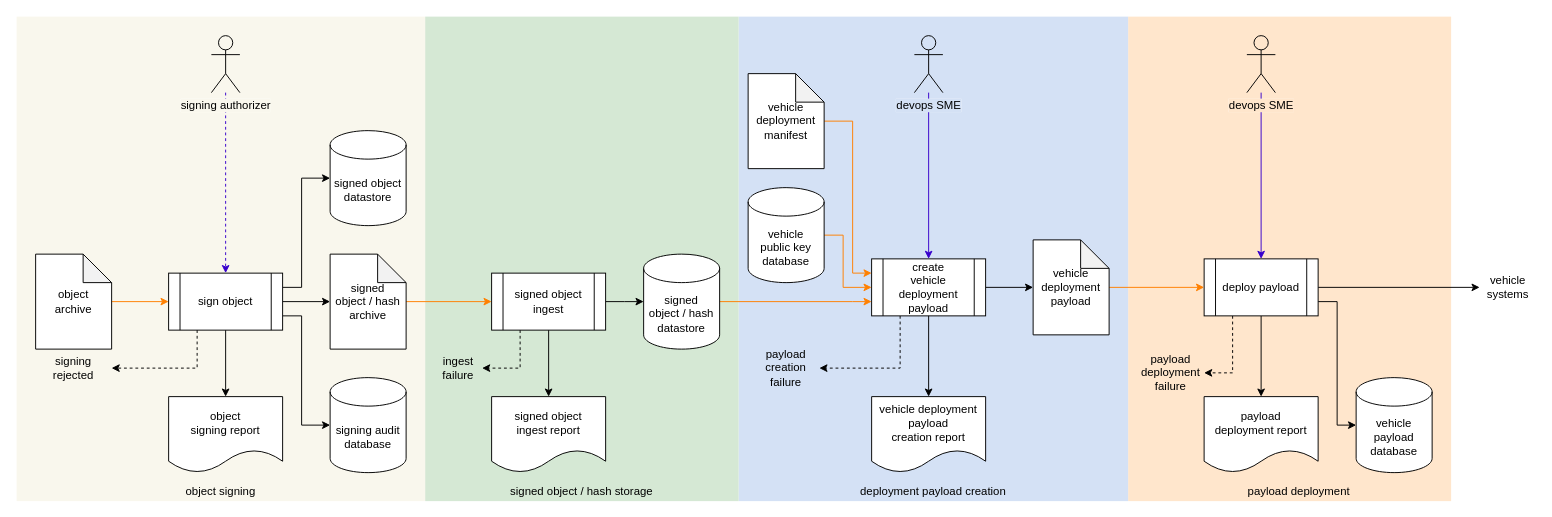
Before: source/reference_documents/secondary_documents/foundation phase/Release Integrity Plan/images/source/release integrity workflow.drawio in nutonomy/AVCDL, a draw.io diagram. Source tidied: cells renumbered, new cells numbered last; positions are measured from the earlier drawing's top-left corner, leaving out a move shared by most shapes. Both pictures are drawn from the tidied source at 95%, with x=0, y=0 at pixel (16, 16).
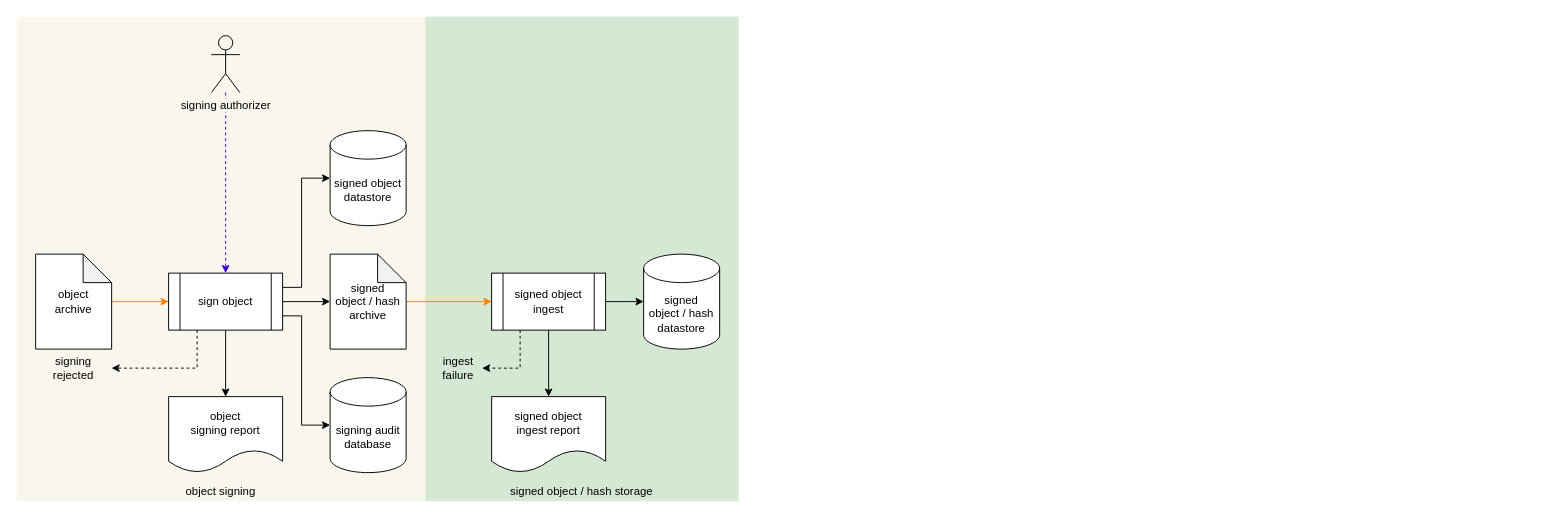
Above is the later version.

Commit message (it also covers changes not shown here):
updated Release Integrity Plan to remove elements that should be in the Deployment Plan

Unchanged cells that the change refers to:
```xml
<mxCell id="44" value="signed&lt;br&gt;object / hash datastore" style="shape=cylinder3;whiteSpace=wrap;html=1;boundedLbl=1;backgroundOutline=1;size=15;" parent="1" vertex="1">
  <mxGeometry x="660" y="250" width="80" height="100" as="geometry" />
</mxCell>
```

What changed in the source:
```diff
@@
-    <mxCell id="2" style="rounded=0;whiteSpace=wrap;html=1;fillColor=#ffe6cc;strokeColor=none;" parent="1" vertex="1">
-      <mxGeometry x="1170" width="340" height="510" as="geometry" />
-    </mxCell>
-    <mxCell id="3" style="rounded=0;whiteSpace=wrap;html=1;strokeColor=none;fillColor=#D4E1F5;" parent="1" vertex="1">
-      <mxGeometry x="760" width="410" height="510" as="geometry" />
-    </mxCell>
-    <mxCell id="4" value="vehicle payload database" style="shape=cylinder3;whiteSpace=wrap;html=1;boundedLbl=1;backgroundOutline=1;size=15;" parent="1" vertex="1">
-      <mxGeometry x="1410" y="380" width="80" height="100" as="geometry" />
-    </mxCell>
@@
-    <mxCell id="8" style="edgeStyle=orthogonalEdgeStyle;rounded=0;jettySize=auto;html=1;entryX=0;entryY=0.5;entryDx=0;entryDy=0;entryPerimeter=0;" parent="1" edge="1" source="10" target="17">
-      <mxGeometry relative="1" as="geometry" />
-    </mxCell>
-    <mxCell id="9" style="edgeStyle=orthogonalEdgeStyle;rounded=0;jettySize=auto;html=1;exitX=0.25;exitY=1;exitDx=0;exitDy=0;dashed=1;entryX=1;entryY=0.5;entryDx=0;entryDy=0;" parent="1" edge="1" source="10" target="57">
-      <mxGeometry relative="1" as="geometry">
-        <Array as="points">
-          <mxPoint x="930" y="370" />
-        </Array>
-      </mxGeometry>
-    </mxCell>
-    <mxCell id="10" value="create&lt;br&gt;vehicle deployment payload" style="shape=process;whiteSpace=wrap;html=1;backgroundOutline=1;" parent="1" vertex="1">
-      <mxGeometry x="900" y="255" width="120" height="60" as="geometry" />
-    </mxCell>
@@
-    <mxCell id="16" style="edgeStyle=orthogonalEdgeStyle;rounded=0;jettySize=auto;html=1;entryX=0;entryY=0.5;entryDx=0;entryDy=0;fillColor=#fa6800;strokeColor=#FF8000;" parent="1" edge="1" source="17" target="23">
-      <mxGeometry relative="1" as="geometry" />
-    </mxCell>
-    <mxCell id="17" value="vehicle deployment payload" style="shape=note;whiteSpace=wrap;html=1;backgroundOutline=1;darkOpacity=0.05;" parent="1" vertex="1">
-      <mxGeometry x="1070" y="235" width="80" height="100" as="geometry" />
-    </mxCell>
-    <mxCell id="18" style="edgeStyle=orthogonalEdgeStyle;rounded=0;jettySize=auto;html=1;entryX=0;entryY=0.5;entryDx=0;entryDy=0;" parent="1" edge="1" source="23" target="55">
-      <mxGeometry relative="1" as="geometry" />
-    </mxCell>
@@
-    <mxCell id="20" style="edgeStyle=orthogonalEdgeStyle;rounded=0;jettySize=auto;html=1;entryX=0.5;entryY=0;entryDx=0;entryDy=0;" parent="1" edge="1" source="23" target="40">
-      <mxGeometry relative="1" as="geometry" />
-    </mxCell>
-    <mxCell id="21" style="edgeStyle=orthogonalEdgeStyle;rounded=0;jettySize=auto;html=1;exitX=1;exitY=0.75;exitDx=0;exitDy=0;entryX=0;entryY=0.5;entryDx=0;entryDy=0;entryPerimeter=0;" parent="1" edge="1" source="23" target="4">
-      <mxGeometry relative="1" as="geometry" />
-    </mxCell>
-    <mxCell id="22" style="edgeStyle=orthogonalEdgeStyle;rounded=0;jettySize=auto;html=1;exitX=0.25;exitY=1;exitDx=0;exitDy=0;entryX=1;entryY=0.5;entryDx=0;entryDy=0;dashed=1;" parent="1" edge="1" source="23" target="58">
-      <mxGeometry relative="1" as="geometry" />
-    </mxCell>
-    <mxCell id="23" value="deploy payload" style="shape=process;whiteSpace=wrap;html=1;backgroundOutline=1;" parent="1" vertex="1">
-      <mxGeometry x="1250" y="255" width="120" height="60" as="geometry" />
-    </mxCell>
@@
-    <mxCell id="30" value="deployment payload creation" style="text;html=1;strokeColor=none;fillColor=none;align=center;verticalAlign=middle;whiteSpace=wrap;rounded=0;" parent="1" vertex="1">
-      <mxGeometry x="760" y="490" width="410" height="20" as="geometry" />
-    </mxCell>
@@
-    <mxCell id="33" style="edgeStyle=orthogonalEdgeStyle;rounded=0;jettySize=auto;html=1;fillColor=#6a00ff;strokeColor=#3700CC;" parent="1" edge="1" source="34" target="23">
-      <mxGeometry relative="1" as="geometry" />
-    </mxCell>
-    <mxCell id="34" value="&lt;span style=&quot;background-color: rgb(255 , 230 , 204)&quot;&gt;devops SME&lt;/span&gt;" style="shape=umlActor;verticalLabelPosition=bottom;labelBackgroundColor=#ffffff;verticalAlign=top;html=1;outlineConnect=0;fillColor=none;" parent="1" vertex="1">
-      <mxGeometry x="1295" y="20" width="30" height="60" as="geometry" />
-    </mxCell>
@@
-    <mxCell id="36" style="edgeStyle=orthogonalEdgeStyle;rounded=0;jettySize=auto;html=1;fillColor=#6a00ff;strokeColor=#3700CC;" parent="1" edge="1" source="37" target="10">
-      <mxGeometry relative="1" as="geometry" />
-    </mxCell>
-    <mxCell id="37" value="&lt;span style=&quot;background-color: rgb(212 , 225 , 245)&quot;&gt;devops SME&lt;/span&gt;" style="shape=umlActor;verticalLabelPosition=bottom;labelBackgroundColor=#ffffff;verticalAlign=top;html=1;outlineConnect=0;fillColor=none;" parent="1" vertex="1">
-      <mxGeometry x="945" y="20" width="30" height="60" as="geometry" />
-    </mxCell>
-    <mxCell id="38" value="vehicle deployment payload&lt;br&gt;creation report" style="shape=document;whiteSpace=wrap;html=1;boundedLbl=1;" parent="1" vertex="1">
-      <mxGeometry x="900" y="400" width="120" height="80" as="geometry" />
-    </mxCell>
-    <mxCell id="39" style="edgeStyle=orthogonalEdgeStyle;rounded=0;jettySize=auto;html=1;entryX=0.5;entryY=0;entryDx=0;entryDy=0;exitX=0.5;exitY=1;exitDx=0;exitDy=0;" parent="1" edge="1" source="10" target="38">
-      <mxGeometry relative="1" as="geometry" />
-    </mxCell>
-    <mxCell id="40" value="payload&lt;br&gt;deployment report" style="shape=document;whiteSpace=wrap;html=1;boundedLbl=1;" parent="1" vertex="1">
-      <mxGeometry x="1250" y="400" width="120" height="80" as="geometry" />
-    </mxCell>
@@
-    <mxCell id="43" style="edgeStyle=orthogonalEdgeStyle;rounded=0;jettySize=auto;html=1;entryX=0;entryY=0.75;entryDx=0;entryDy=0;fillColor=#fa6800;strokeColor=#FF8000;" parent="1" edge="1" source="44" target="10">
-      <mxGeometry relative="1" as="geometry">
-        <Array as="points">
-          <mxPoint x="880" y="300" />
-          <mxPoint x="880" y="300" />
-        </Array>
-      </mxGeometry>
-    </mxCell>
@@
-    <mxCell id="50" style="edgeStyle=orthogonalEdgeStyle;rounded=0;jettySize=auto;html=1;entryX=0;entryY=0.5;entryDx=0;entryDy=0;exitX=1;exitY=0.5;exitDx=0;exitDy=0;exitPerimeter=0;fillColor=#fa6800;strokeColor=#FF8000;" parent="1" edge="1" source="51" target="10">
-      <mxGeometry relative="1" as="geometry">
-        <Array as="points">
-          <mxPoint x="870" y="230" />
-          <mxPoint x="870" y="285" />
-        </Array>
-      </mxGeometry>
-    </mxCell>
-    <mxCell id="51" value="vehicle&lt;br&gt;public key&lt;br&gt;database" style="shape=cylinder3;whiteSpace=wrap;html=1;boundedLbl=1;backgroundOutline=1;size=15;" parent="1" vertex="1">
-      <mxGeometry x="770" y="180" width="80" height="100" as="geometry" />
-    </mxCell>
-    <mxCell id="52" style="edgeStyle=orthogonalEdgeStyle;rounded=0;jettySize=auto;html=1;entryX=0;entryY=0.25;entryDx=0;entryDy=0;fillColor=#fa6800;strokeColor=#FF8000;" parent="1" edge="1" source="53" target="10">
-      <mxGeometry relative="1" as="geometry">
-        <Array as="points">
-          <mxPoint x="880" y="110" />
-          <mxPoint x="880" y="270" />
-        </Array>
-      </mxGeometry>
-    </mxCell>
-    <mxCell id="53" value="vehicle deployment manifest" style="shape=note;whiteSpace=wrap;html=1;backgroundOutline=1;darkOpacity=0.05;" parent="1" vertex="1">
-      <mxGeometry x="770" y="60" width="80" height="100" as="geometry" />
-    </mxCell>
-    <mxCell id="54" value="payload deployment" style="text;html=1;strokeColor=none;fillColor=none;align=center;verticalAlign=middle;whiteSpace=wrap;rounded=0;" parent="1" vertex="1">
-      <mxGeometry x="1170" y="490" width="360" height="20" as="geometry" />
-    </mxCell>
-    <mxCell id="55" value="vehicle systems" style="text;html=1;strokeColor=none;fillColor=none;align=center;verticalAlign=middle;whiteSpace=wrap;rounded=0;" parent="1" vertex="1">
-      <mxGeometry x="1540" y="265" width="60" height="40" as="geometry" />
-    </mxCell>
@@
-    <mxCell id="57" value="payload&lt;br&gt;creation&lt;br&gt;failure" style="text;html=1;strokeColor=none;fillColor=none;align=center;verticalAlign=middle;whiteSpace=wrap;rounded=0;" parent="1" vertex="1">
-      <mxGeometry x="775" y="345" width="70" height="50" as="geometry" />
-    </mxCell>
-    <mxCell id="58" value="payload&lt;br&gt;deployment&lt;br&gt;failure" style="text;html=1;strokeColor=none;fillColor=none;align=center;verticalAlign=middle;whiteSpace=wrap;rounded=0;" parent="1" vertex="1">
-      <mxGeometry x="1180" y="350" width="70" height="50" as="geometry" />
-    </mxCell>
```
